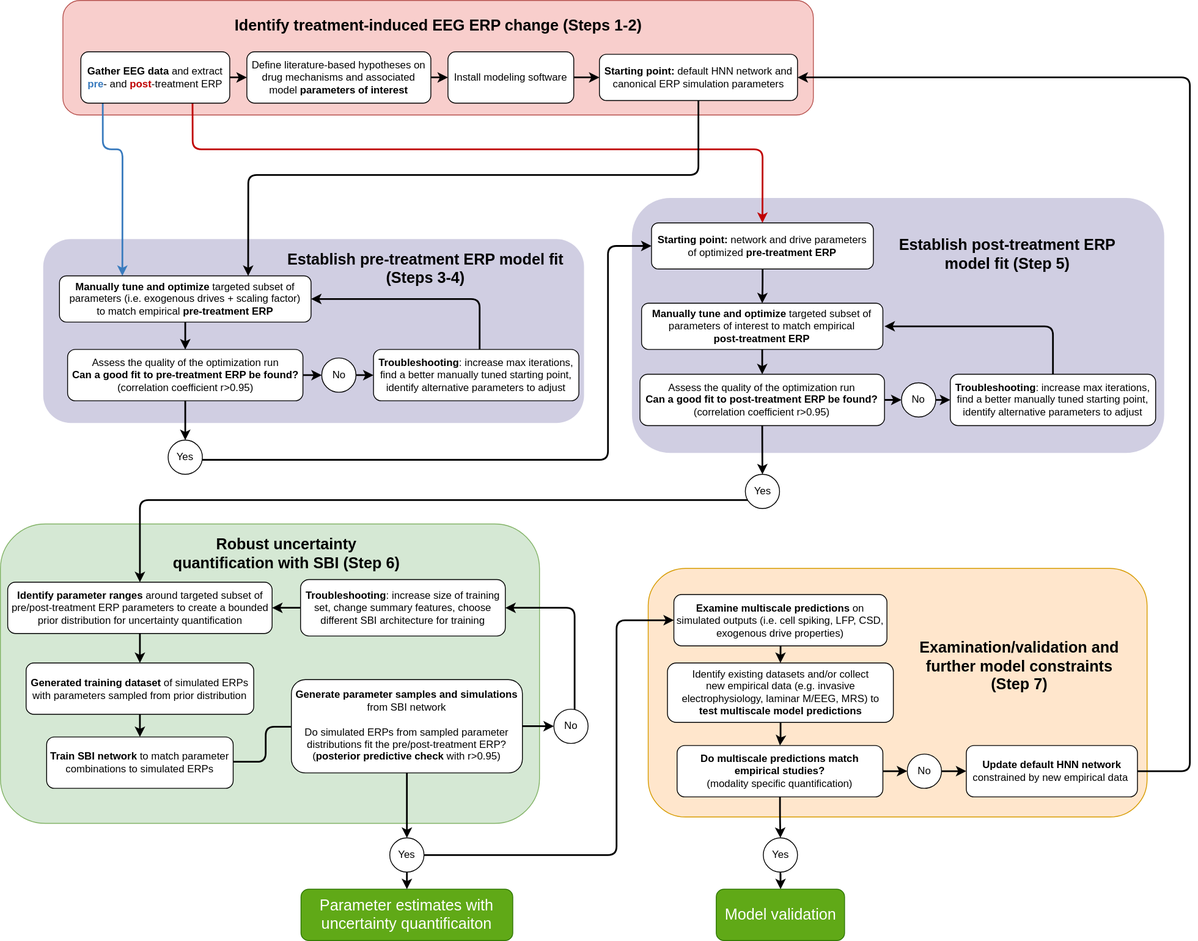
ntolley/hnn_jove keeps this draw.io diagram as figures/hnn_jove_flowchart.svg. Above is the earlier version. Source tidied: cells renumbered, new cells last; positions are measured from the earlier drawing's top-left corner, leaving out a move shared by most shapes.
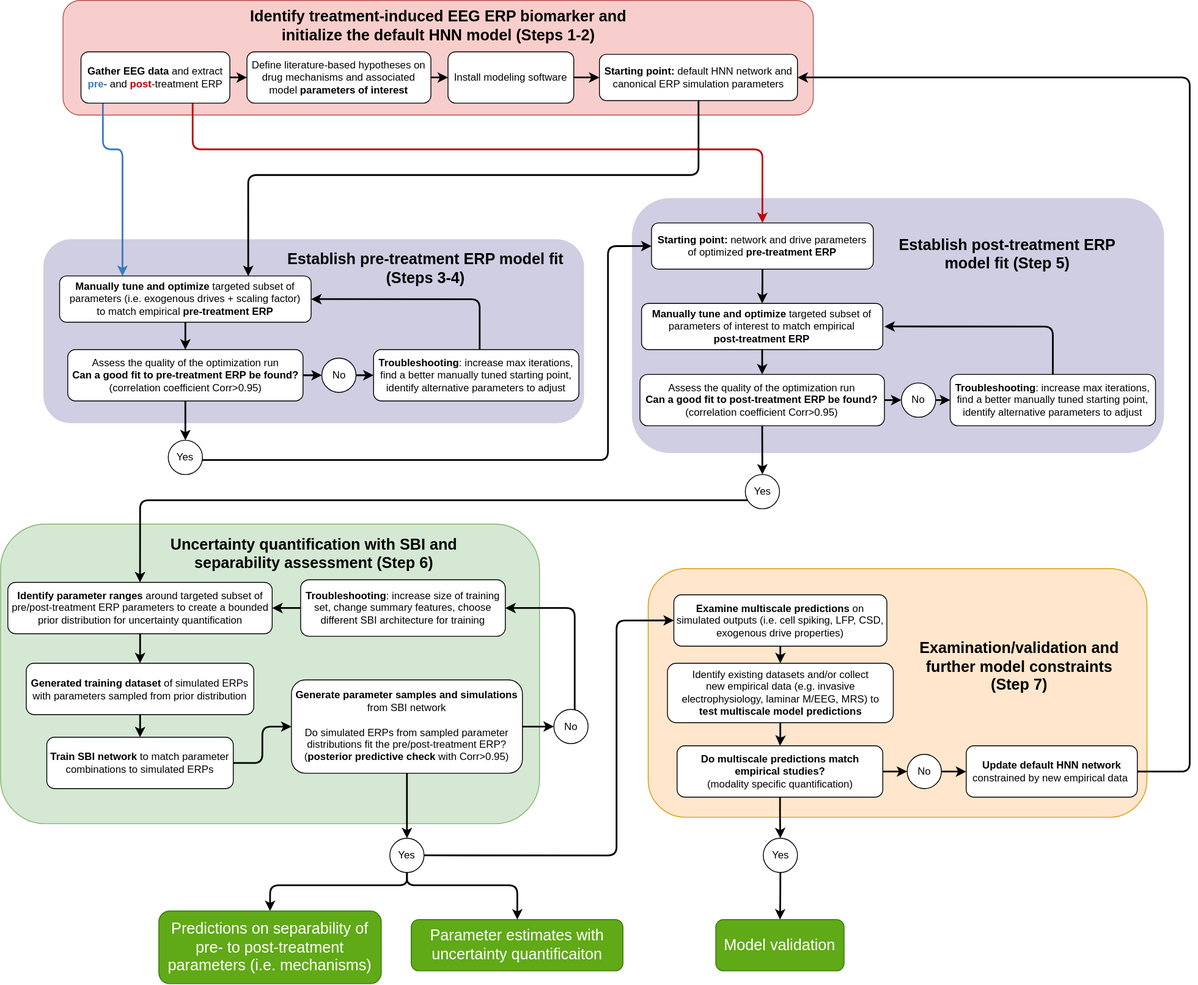
After the commit.

Diff of the diagram source:
```diff
@@ -23,7 +23,7 @@
     <mxCell id="8" style="edgeStyle=orthogonalEdgeStyle;rounded=1;jettySize=auto;html=1;entryX=0.5;entryY=0;entryDx=0;entryDy=0;strokeWidth=2;" parent="1" edge="1" source="9" target="11">
       <mxGeometry relative="1" as="geometry" />
     </mxCell>
-    <mxCell id="9" value="&lt;div&gt;Assess the quality of the optimization run&lt;/div&gt;&lt;div&gt;&lt;b&gt;Can a good fit to pre-treatment ERP be found? &lt;/b&gt;&lt;/div&gt;(correlation coefficient r&amp;gt;0.95)" style="rounded=1;whiteSpace=wrap;html=1;" parent="1" vertex="1">
+    <mxCell id="9" value="&lt;div&gt;Assess the quality of the optimization run&lt;/div&gt;&lt;div&gt;&lt;b&gt;Can a good fit to pre-treatment ERP be found? &lt;/b&gt;&lt;/div&gt;(correlation coefficient Corr&amp;gt;0.95)" style="rounded=1;whiteSpace=wrap;html=1;" parent="1" vertex="1">
       <mxGeometry x="78.5" y="408" width="275" height="60" as="geometry" />
     </mxCell>
     <mxCell id="10" style="edgeStyle=orthogonalEdgeStyle;rounded=1;jettySize=auto;html=1;entryX=0;entryY=0.5;entryDx=0;entryDy=0;strokeWidth=2;" parent="1" edge="1" source="11" target="62">
@@ -75,7 +75,7 @@
       <mxGeometry x="891.5" y="979" width="40" height="40" as="geometry" />
     </mxCell>
     <mxCell id="23" value="&lt;font style=&quot;font-size: 18px;&quot;&gt;Model validation&lt;/font&gt;" style="whiteSpace=wrap;html=1;rounded=1;fillColor=#60a917;fontColor=#ffffff;strokeColor=#2D7600;" parent="1" vertex="1">
-      <mxGeometry x="836.5" y="1039" width="150" height="60" as="geometry" />
+      <mxGeometry x="836" y="1074" width="150" height="60" as="geometry" />
     </mxCell>
     <mxCell id="24" style="edgeStyle=orthogonalEdgeStyle;rounded=1;jettySize=auto;html=1;entryX=0.5;entryY=0;entryDx=0;entryDy=0;strokeWidth=2;" parent="1" edge="1" source="25" target="27">
       <mxGeometry relative="1" as="geometry" />
@@ -92,14 +92,8 @@
     <mxCell id="28" value="&lt;font style=&quot;font-size: 18px;&quot;&gt;&lt;b&gt;Examination/validation and further model constraints (Step 7)&lt;/b&gt;&lt;/font&gt;" style="text;html=1;whiteSpace=wrap;strokeColor=none;fillColor=none;align=center;verticalAlign=middle;rounded=1;" parent="1" vertex="1">
       <mxGeometry x="1070" y="764.2" width="242.1" height="30" as="geometry" />
     </mxCell>
-    <mxCell id="29" style="edgeStyle=orthogonalEdgeStyle;rounded=1;jettySize=auto;html=1;entryX=0;entryY=0.5;entryDx=0;entryDy=0;strokeWidth=2;" parent="1" edge="1" source="30" target="36">
-      <mxGeometry relative="1" as="geometry">
-        <Array as="points">
-          <mxPoint x="310" y="890" />
-          <mxPoint x="310" y="849" />
-          <mxPoint x="351" y="849" />
-        </Array>
-      </mxGeometry>
+    <mxCell id="29" style="edgeStyle=orthogonalEdgeStyle;rounded=1;jettySize=auto;html=1;strokeWidth=2;" parent="1" edge="1" source="30" target="36">
+      <mxGeometry relative="1" as="geometry" />
     </mxCell>
     <mxCell id="30" value="&lt;b&gt;Train SBI network&lt;/b&gt; to match parameter combinations to simulated ERPs " style="rounded=1;whiteSpace=wrap;html=1;" parent="1" vertex="1">
       <mxGeometry x="54" y="861" width="218" height="60" as="geometry" />
@@ -107,8 +101,8 @@
     <mxCell id="31" value="&lt;font style=&quot;font-size: 18px;&quot;&gt;&lt;b&gt;Establish pre-treatment ERP model fit (Steps 3-4)&lt;/b&gt;&lt;/font&gt;" style="text;html=1;whiteSpace=wrap;strokeColor=none;fillColor=none;align=center;verticalAlign=middle;rounded=1;" parent="1" vertex="1">
       <mxGeometry x="327" y="299" width="340" height="30" as="geometry" />
     </mxCell>
-    <mxCell id="32" value="&lt;font style=&quot;font-size: 18px;&quot;&gt;&lt;b&gt;Robust uncertainty quantification with SBI (Step 6)&lt;/b&gt;&lt;/font&gt;" style="text;html=1;whiteSpace=wrap;strokeColor=none;fillColor=none;align=center;verticalAlign=middle;rounded=1;" parent="1" vertex="1">
-      <mxGeometry x="199" y="632" width="271" height="30" as="geometry" />
+    <mxCell id="32" value="&lt;font style=&quot;font-size: 18px;&quot;&gt;&lt;b&gt;Uncertainty quantification with SBI and separability assessment (Step 6)&lt;/b&gt;&lt;/font&gt;" style="text;html=1;whiteSpace=wrap;strokeColor=none;fillColor=none;align=center;verticalAlign=middle;rounded=1;" parent="1" vertex="1">
+      <mxGeometry x="196" y="632" width="341" height="30" as="geometry" />
     </mxCell>
     <mxCell id="33" style="edgeStyle=orthogonalEdgeStyle;rounded=1;jettySize=auto;html=1;strokeWidth=2;" parent="1" edge="1" source="36">
       <mxGeometry relative="1" as="geometry">
@@ -119,13 +113,13 @@
         </Array>
       </mxGeometry>
     </mxCell>
-    <mxCell id="34" style="edgeStyle=orthogonalEdgeStyle;rounded=1;jettySize=auto;html=1;entryX=0;entryY=0.5;entryDx=0;entryDy=0;strokeWidth=2;" parent="1" edge="1" source="36" target="72">
+    <mxCell id="34" style="edgeStyle=orthogonalEdgeStyle;rounded=1;jettySize=auto;html=1;entryX=0;entryY=0.5;entryDx=0;entryDy=0;strokeWidth=2;" parent="1" edge="1" source="36" target="73">
       <mxGeometry relative="1" as="geometry" />
     </mxCell>
-    <mxCell id="35" style="edgeStyle=orthogonalEdgeStyle;rounded=1;jettySize=auto;html=1;entryX=0.5;entryY=0;entryDx=0;entryDy=0;strokeWidth=2;" parent="1" edge="1" source="36" target="70">
+    <mxCell id="35" style="edgeStyle=orthogonalEdgeStyle;rounded=1;jettySize=auto;html=1;entryX=0.5;entryY=0;entryDx=0;entryDy=0;strokeWidth=2;" parent="1" edge="1" source="36" target="71">
       <mxGeometry relative="1" as="geometry" />
     </mxCell>
-    <mxCell id="36" value="&lt;div&gt;&lt;b&gt;Generate parameter samples and simulations&lt;/b&gt; from SBI network&lt;/div&gt;&lt;div&gt;&lt;br&gt;&lt;/div&gt;&lt;div&gt;Do simulated ERPs from sampled parameter distributions fit the pre/post-treatment ERP?&lt;br&gt;(&lt;b&gt;posterior predictive check&lt;/b&gt; with r&amp;gt;0.95)&lt;/div&gt;" style="rounded=1;whiteSpace=wrap;html=1;" parent="1" vertex="1">
+    <mxCell id="36" value="&lt;div&gt;&lt;b&gt;Generate parameter samples and simulations&lt;/b&gt; from SBI network&lt;/div&gt;&lt;div&gt;&lt;br&gt;&lt;/div&gt;&lt;div&gt;Do simulated ERPs from sampled parameter distributions fit the pre/post-treatment ERP?&lt;br&gt;(&lt;b&gt;posterior predictive check&lt;/b&gt; with Corr&amp;gt;0.95)&lt;/div&gt;" style="rounded=1;whiteSpace=wrap;html=1;" parent="1" vertex="1">
       <mxGeometry x="340" y="794" width="270" height="109" as="geometry" />
     </mxCell>
     <mxCell id="37" style="edgeStyle=orthogonalEdgeStyle;rounded=1;jettySize=auto;html=1;strokeWidth=2;" parent="1" edge="1" source="38" target="20">
@@ -156,7 +150,7 @@
     <mxCell id="42" value="&lt;b&gt;Gather EEG data&lt;/b&gt; and extract &lt;b&gt;&lt;span style=&quot;color: rgb(57, 123, 190);&quot;&gt;pre&lt;/span&gt;&lt;/b&gt;- and &lt;b&gt;&lt;span style=&quot;color: rgb(192, 0, 0);&quot;&gt;post&lt;/span&gt;&lt;/b&gt;-treatment ERP" style="rounded=1;whiteSpace=wrap;html=1;" parent="1" vertex="1">
       <mxGeometry x="94" y="60" width="174" height="60" as="geometry" />
     </mxCell>
-    <mxCell id="43" value="&lt;font style=&quot;font-size: 18px;&quot;&gt;&lt;b&gt;Identify treatment-induced EEG ERP change (Steps 1-2)&lt;/b&gt;&lt;/font&gt;" style="text;html=1;whiteSpace=wrap;strokeColor=none;fillColor=none;align=center;verticalAlign=middle;rounded=1;" parent="1" vertex="1">
+    <mxCell id="43" value="&lt;div&gt;&lt;font style=&quot;font-size: 18px;&quot;&gt;&lt;b&gt;Identify treatment-induced EEG ERP biomarker and&lt;/b&gt;&lt;/font&gt;&lt;/div&gt;&lt;div&gt;&lt;font style=&quot;font-size: 18px;&quot;&gt;&lt;b&gt;initialize the default HNN model (Steps 1-2)&lt;/b&gt;&lt;/font&gt;&lt;/div&gt;" style="text;html=1;whiteSpace=wrap;strokeColor=none;fillColor=none;align=center;verticalAlign=middle;rounded=1;" parent="1" vertex="1">
       <mxGeometry x="259.5" y="15" width="504" height="30" as="geometry" />
     </mxCell>
     <mxCell id="44" style="edgeStyle=orthogonalEdgeStyle;rounded=1;jettySize=auto;html=1;entryX=0.75;entryY=0;entryDx=0;entryDy=0;strokeWidth=2;" parent="1" edge="1" source="45" target="51">
@@ -170,7 +164,7 @@
     <mxCell id="45" value="&lt;div&gt;&lt;b&gt;Starting point: &lt;/b&gt;default HNN network and canonical ERP simulation parameters &lt;br&gt;&lt;/div&gt;" style="rounded=1;whiteSpace=wrap;html=1;" parent="1" vertex="1">
       <mxGeometry x="700" y="63" width="231.5" height="54" as="geometry" />
     </mxCell>
-    <mxCell id="46" style="edgeStyle=orthogonalEdgeStyle;rounded=1;jettySize=auto;html=1;entryX=1;entryY=0.5;entryDx=0;entryDy=0;strokeWidth=2;exitX=1;exitY=0.5;exitDx=0;exitDy=0;" parent="1" edge="1" source="76" target="45">
+    <mxCell id="46" style="edgeStyle=orthogonalEdgeStyle;rounded=1;jettySize=auto;html=1;entryX=1;entryY=0.5;entryDx=0;entryDy=0;strokeWidth=2;exitX=1;exitY=0.5;exitDx=0;exitDy=0;" parent="1" edge="1" source="77" target="45">
       <mxGeometry relative="1" as="geometry">
         <Array as="points">
           <mxPoint x="1390" y="901" />
@@ -178,7 +172,7 @@
         </Array>
       </mxGeometry>
     </mxCell>
-    <mxCell id="47" style="edgeStyle=orthogonalEdgeStyle;rounded=1;jettySize=auto;html=1;strokeWidth=2;" parent="1" edge="1" source="48" target="76">
+    <mxCell id="47" style="edgeStyle=orthogonalEdgeStyle;rounded=1;jettySize=auto;html=1;strokeWidth=2;" parent="1" edge="1" source="48" target="77">
       <mxGeometry relative="1" as="geometry" />
     </mxCell>
     <mxCell id="48" value="No" style="ellipse;whiteSpace=wrap;html=1;rounded=1;" parent="1" vertex="1">
@@ -199,7 +193,7 @@
     <mxCell id="53" style="edgeStyle=orthogonalEdgeStyle;rounded=1;jettySize=auto;html=1;exitX=0.5;exitY=1;exitDx=0;exitDy=0;entryX=0.5;entryY=0;entryDx=0;entryDy=0;strokeWidth=2;" parent="1" edge="1" source="54" target="61">
       <mxGeometry relative="1" as="geometry" />
     </mxCell>
-    <mxCell id="54" value="&lt;div&gt;&lt;div&gt;Assess the quality of the optimization run&lt;/div&gt;&lt;/div&gt;&lt;div&gt;&lt;b&gt;Can a good fit to post-treatment ERP be found? &lt;/b&gt;&lt;/div&gt;(correlation coefficient r&amp;gt;0.95)" style="rounded=1;whiteSpace=wrap;html=1;" parent="1" vertex="1">
+    <mxCell id="54" value="&lt;div&gt;&lt;div&gt;Assess the quality of the optimization run&lt;/div&gt;&lt;/div&gt;&lt;div&gt;&lt;b&gt;Can a good fit to post-treatment ERP be found? &lt;/b&gt;&lt;/div&gt;(correlation coefficient Corr&amp;gt;0.95)" style="rounded=1;whiteSpace=wrap;html=1;" parent="1" vertex="1">
       <mxGeometry x="747.4" y="437" width="285.8" height="60" as="geometry" />
     </mxCell>
     <mxCell id="55" style="edgeStyle=orthogonalEdgeStyle;rounded=1;jettySize=auto;html=1;exitX=1;exitY=0.5;exitDx=0;exitDy=0;entryX=0;entryY=0.5;entryDx=0;entryDy=0;strokeWidth=2;" parent="1" edge="1" source="56">
@@ -210,7 +204,7 @@
     <mxCell id="56" value="No" style="ellipse;whiteSpace=wrap;html=1;rounded=1;" parent="1" vertex="1">
       <mxGeometry x="1053" y="447" width="40" height="40" as="geometry" />
     </mxCell>
-    <mxCell id="57" style="edgeStyle=orthogonalEdgeStyle;rounded=1;jettySize=auto;html=1;curved=0;entryX=1;entryY=0.5;entryDx=0;entryDy=0;strokeWidth=2;" parent="1" edge="1" source="77">
+    <mxCell id="57" style="edgeStyle=orthogonalEdgeStyle;rounded=1;jettySize=auto;html=1;curved=0;entryX=1;entryY=0.5;entryDx=0;entryDy=0;strokeWidth=2;" parent="1" edge="1" source="78">
       <mxGeometry relative="1" as="geometry">
         <mxPoint x="1033.1" y="381" as="targetPoint" />
         <Array as="points">
@@ -253,43 +247,59 @@
       <mxGeometry relative="1" as="geometry" />
     </mxCell>
     <mxCell id="68" value="&lt;font style=&quot;font-size: 18px;&quot;&gt;Parameter estimates with uncertainty quantificaiton&lt;/font&gt;" style="whiteSpace=wrap;html=1;rounded=1;fillColor=#60a917;fontColor=#ffffff;strokeColor=#2D7600;" parent="1" vertex="1">
-      <mxGeometry x="351.2" y="1039" width="247.5" height="60" as="geometry" />
+      <mxGeometry x="480" y="1074" width="247.5" height="60" as="geometry" />
     </mxCell>
-    <mxCell id="69" style="edgeStyle=orthogonalEdgeStyle;rounded=1;jettySize=auto;html=1;strokeWidth=2;" parent="1" edge="1" source="70" target="68">
-      <mxGeometry relative="1" as="geometry" />
+    <mxCell id="69" style="edgeStyle=orthogonalEdgeStyle;rounded=1;jettySize=auto;html=1;strokeWidth=2;" parent="1" edge="1" source="71" target="68">
+      <mxGeometry relative="1" as="geometry">
+        <Array as="points">
+          <mxPoint x="475" y="1034" />
+          <mxPoint x="604" y="1034" />
+        </Array>
+      </mxGeometry>
     </mxCell>
-    <mxCell id="70" value="Yes" style="ellipse;whiteSpace=wrap;html=1;rounded=1;" parent="1" vertex="1">
-      <mxGeometry x="455" y="979" width="40" height="40" as="geometry" />
+    <mxCell id="70" style="edgeStyle=orthogonalEdgeStyle;rounded=1;jettySize=auto;html=1;entryX=0.5;entryY=0;entryDx=0;entryDy=0;strokeWidth=2;exitX=0.5;exitY=1;exitDx=0;exitDy=0;" parent="1" edge="1" source="71" target="79">
+      <mxGeometry relative="1" as="geometry">
+        <Array as="points">
+          <mxPoint x="475" y="1034" />
+          <mxPoint x="315" y="1034" />
+        </Array>
+      </mxGeometry>
     </mxCell>
-    <mxCell id="71" style="edgeStyle=orthogonalEdgeStyle;rounded=1;jettySize=auto;html=1;entryX=1;entryY=0.5;entryDx=0;entryDy=0;strokeWidth=2;" parent="1" edge="1" source="72" target="74">
-      <mxGeometry relative="1" as="geometry">
-        <Array as="points">
-          <mxPoint x="671" y="710" />
-        </Array>
-      </mxGeometry>
+    <mxCell id="71" value="Yes" style="ellipse;whiteSpace=wrap;html=1;rounded=1;" parent="1" vertex="1">
+      <mxGeometry x="455" y="979" width="40" height="40" as="geometry" />
     </mxCell>
-    <mxCell id="72" value="No" style="ellipse;whiteSpace=wrap;html=1;rounded=1;" parent="1" vertex="1">
-      <mxGeometry x="646.8" y="828.5" width="40" height="40" as="geometry" />
+    <mxCell id="72" style="edgeStyle=orthogonalEdgeStyle;rounded=1;jettySize=auto;html=1;entryX=1;entryY=0.5;entryDx=0;entryDy=0;strokeWidth=2;" parent="1" edge="1" source="73" target="75">
+      <mxGeometry relative="1" as="geometry">
+        <Array as="points">
+          <mxPoint x="671" y="710" />
+        </Array>
+      </mxGeometry>
     </mxCell>
-    <mxCell id="73" style="edgeStyle=orthogonalEdgeStyle;rounded=1;jettySize=auto;html=1;entryX=1;entryY=0.5;entryDx=0;entryDy=0;strokeWidth=2;" parent="1" edge="1" source="74" target="25">
-      <mxGeometry relative="1" as="geometry" />
+    <mxCell id="73" value="No" style="ellipse;whiteSpace=wrap;html=1;rounded=1;" parent="1" vertex="1">
+      <mxGeometry x="646.8" y="828.5" width="40" height="40" as="geometry" />
     </mxCell>
-    <mxCell id="74" value="&lt;b&gt;Troubleshooting&lt;/b&gt;: increase size of training set, change summary features, choose different SBI architecture for training" style="rounded=1;whiteSpace=wrap;html=1;" parent="1" vertex="1">
-      <mxGeometry x="350.8" y="677" width="239.2" height="66" as="geometry" />
+    <mxCell id="74" style="edgeStyle=orthogonalEdgeStyle;rounded=1;jettySize=auto;html=1;entryX=1;entryY=0.5;entryDx=0;entryDy=0;strokeWidth=2;" parent="1" edge="1" source="75" target="25">
+      <mxGeometry relative="1" as="geometry" />
     </mxCell>
-    <mxCell id="75" style="edgeStyle=orthogonalEdgeStyle;rounded=1;jettySize=auto;html=1;strokeWidth=2;exitX=1;exitY=0.5;exitDx=0;exitDy=0;entryX=0;entryY=0.5;entryDx=0;entryDy=0;" parent="1" edge="1" source="70" target="17">
-      <mxGeometry relative="1" as="geometry">
-        <Array as="points">
-          <mxPoint x="720" y="999" />
-          <mxPoint x="720" y="725" />
-        </Array>
-      </mxGeometry>
+    <mxCell id="75" value="&lt;b&gt;Troubleshooting&lt;/b&gt;: increase size of training set, change summary features, choose different SBI architecture for training" style="rounded=1;whiteSpace=wrap;html=1;" parent="1" vertex="1">
+      <mxGeometry x="350.8" y="677" width="239.2" height="66" as="geometry" />
     </mxCell>
-    <mxCell id="76" value="&lt;b&gt;Update default HNN network&lt;/b&gt; constrained by new empirical data&amp;nbsp;" style="rounded=1;whiteSpace=wrap;html=1;" parent="1" vertex="1">
-      <mxGeometry x="1128.8" y="871" width="200" height="60" as="geometry" />
+    <mxCell id="76" style="edgeStyle=orthogonalEdgeStyle;rounded=1;jettySize=auto;html=1;strokeWidth=2;exitX=1;exitY=0.5;exitDx=0;exitDy=0;entryX=0;entryY=0.5;entryDx=0;entryDy=0;" parent="1" edge="1" source="71" target="17">
+      <mxGeometry relative="1" as="geometry">
+        <Array as="points">
+          <mxPoint x="720" y="999" />
+          <mxPoint x="720" y="725" />
+        </Array>
+      </mxGeometry>
     </mxCell>
-    <mxCell id="77" value="&lt;b&gt;Troubleshooting&lt;/b&gt;: increase max iterations, find a better manually tuned starting point,  identify alternative parameters to adjust" style="rounded=1;whiteSpace=wrap;html=1;" parent="1" vertex="1">
-      <mxGeometry x="1110" y="437" width="240" height="60" as="geometry" />
+    <mxCell id="77" value="&lt;b&gt;Update default HNN network&lt;/b&gt; constrained by new empirical data&amp;nbsp;" style="rounded=1;whiteSpace=wrap;html=1;" parent="1" vertex="1">
+      <mxGeometry x="1128.8" y="871" width="200" height="60" as="geometry" />
     </mxCell>
+    <mxCell id="78" value="&lt;b&gt;Troubleshooting&lt;/b&gt;: increase max iterations, find a better manually tuned starting point,  identify alternative parameters to adjust" style="rounded=1;whiteSpace=wrap;html=1;" parent="1" vertex="1">
+      <mxGeometry x="1110" y="437" width="240" height="60" as="geometry" />
+    </mxCell>
+    <mxCell id="79" value="&lt;font style=&quot;font-size: 18px;&quot;&gt;Predictions on separability of pre- to post-treatment parameters (i.e. mechanisms)&lt;/font&gt;" style="whiteSpace=wrap;html=1;rounded=1;fillColor=#60a917;fontColor=#ffffff;strokeColor=#2D7600;" parent="1" vertex="1">
+      <mxGeometry x="185" y="1064" width="260" height="85" as="geometry" />
+    </mxCell>
   </root>
 </mxGraphModel>
```
